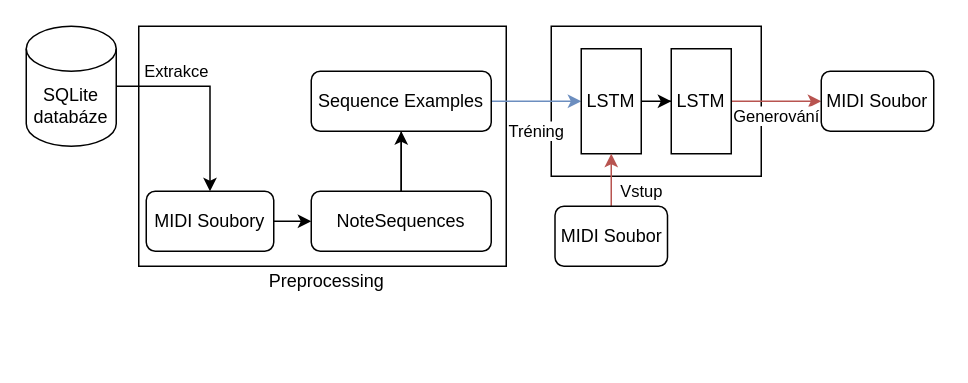
The draw.io diagram thesis/obrazky/SystemArchitecture.drawio in mbobcik/Automatic-Harmony-Generation, before the edit. Source tidied: cells renumbered, new cells numbered last; positions are measured from the earlier drawing's top-left corner, leaving out a move shared by most shapes. Both pictures are drawn from the tidied source at 150%, with x=0, y=0 at pixel (26, 26).
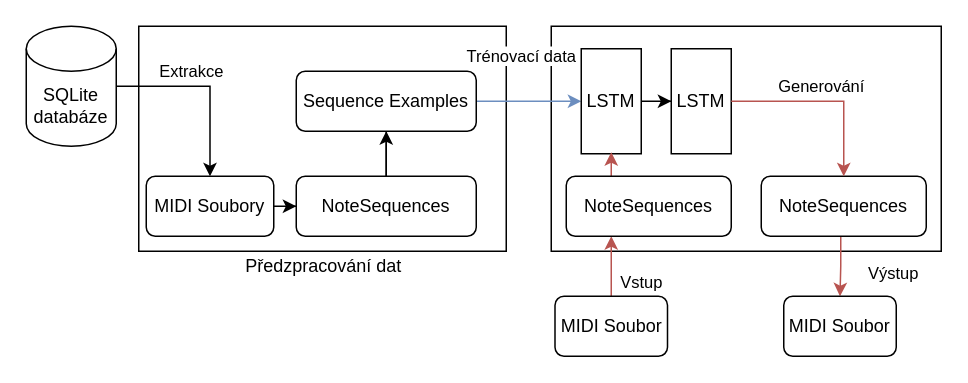
The same diagram, later.

Commit message (it also covers changes not shown here):
Změna architektury

Unchanged cells that the change refers to:
```xml
<mxCell id="6" value="&lt;div&gt;SQLite&lt;/div&gt;&lt;div&gt;databáze&lt;br&gt;&lt;/div&gt;" style="shape=cylinder3;whiteSpace=wrap;html=1;boundedLbl=1;backgroundOutline=1;size=15;" parent="1" vertex="1">
  <mxGeometry width="60" height="80" as="geometry" />
</mxCell>
<mxCell id="15" value="LSTM" style="rounded=0;whiteSpace=wrap;html=1;" parent="1" vertex="1">
  <mxGeometry x="370" y="15" width="40" height="70" as="geometry" />
</mxCell>
<mxCell id="17" value="LSTM" style="rounded=0;whiteSpace=wrap;html=1;" parent="1" vertex="1">
  <mxGeometry x="430" y="15" width="40" height="70" as="geometry" />
</mxCell>
```

What changed in the source:
```diff
@@
     <mxCell id="2" style="rounded=0;whiteSpace=wrap;html=1;" parent="1" vertex="1">
-      <mxGeometry x="350" width="140" height="100" as="geometry" />
+      <mxGeometry x="350" width="260" height="150" as="geometry" />
     </mxCell>
     <mxCell id="3" style="rounded=0;whiteSpace=wrap;html=1;" parent="1" vertex="1">
-      <mxGeometry x="75" width="245" height="160" as="geometry" />
+      <mxGeometry x="75" width="245" height="150" as="geometry" />
     </mxCell>
-    <mxCell id="4" value="Preprocessing" style="text;html=1;align=center;verticalAlign=middle;strokeColor=none;" parent="1" vertex="1">
-      <mxGeometry x="150" y="160" width="100" height="20" as="geometry" />
+    <mxCell id="4" value="Předzpracování dat" style="text;html=1;align=center;verticalAlign=middle;strokeColor=none;" parent="1" vertex="1">
+      <mxGeometry x="137.5" y="150" width="120" height="20" as="geometry" />
     </mxCell>
     <mxCell id="5" value="Extrakce" style="edgeStyle=orthogonalEdgeStyle;rounded=0;jettySize=auto;html=1;" parent="1" edge="1" source="6" target="8">
-      <mxGeometry x="-0.4" y="10" relative="1" as="geometry" />
+      <mxGeometry x="-0.18" y="10" relative="1" as="geometry" />
     </mxCell>
@@
     <mxCell id="8" value="MIDI Soubory" style="rounded=1;whiteSpace=wrap;html=1;" parent="1" vertex="1">
-      <mxGeometry x="80" y="110" width="85" height="40" as="geometry" />
+      <mxGeometry x="80" y="100" width="85" height="40" as="geometry" />
     </mxCell>
@@
     <mxCell id="10" value="NoteSequences" style="rounded=1;whiteSpace=wrap;html=1;" parent="1" vertex="1">
-      <mxGeometry x="190" y="110" width="120" height="40" as="geometry" />
+      <mxGeometry x="180" y="100" width="120" height="40" as="geometry" />
     </mxCell>
-    <mxCell id="11" value="Tréning" style="edgeStyle=orthogonalEdgeStyle;rounded=0;jettySize=auto;html=1;exitX=1;exitY=0.5;exitDx=0;exitDy=0;fillColor=#dae8fc;strokeColor=#6c8ebf;" parent="1" edge="1" source="12" target="15">
-      <mxGeometry y="-20" relative="1" as="geometry" />
+    <mxCell id="11" value="Trénovací data" style="edgeStyle=orthogonalEdgeStyle;rounded=0;jettySize=auto;html=1;exitX=1;exitY=0.5;exitDx=0;exitDy=0;fillColor=#dae8fc;strokeColor=#6c8ebf;" parent="1" edge="1" source="12" target="15">
+      <mxGeometry x="-0.14" y="30" relative="1" as="geometry" />
     </mxCell>
     <mxCell id="12" value="Sequence Examples" style="whiteSpace=wrap;html=1;rounded=1;" parent="1" vertex="1">
-      <mxGeometry x="190" y="30" width="120" height="40" as="geometry" />
+      <mxGeometry x="180" y="30" width="120" height="40" as="geometry" />
     </mxCell>
@@
-    <mxCell id="16" value="Generování" style="edgeStyle=orthogonalEdgeStyle;rounded=0;jettySize=auto;html=1;entryX=0;entryY=0.5;entryDx=0;entryDy=0;fillColor=#f8cecc;strokeColor=#b85450;" parent="1" edge="1" source="17" target="20">
-      <mxGeometry y="-10" relative="1" as="geometry" />
+    <mxCell id="16" value="Výstup" style="edgeStyle=orthogonalEdgeStyle;rounded=0;jettySize=auto;html=1;fillColor=#f8cecc;strokeColor=#b85450;startArrow=none;entryX=0.5;entryY=0;entryDx=0;entryDy=0;" parent="1" edge="1" source="23" target="20">
+      <mxGeometry x="0.2" y="35" relative="1" as="geometry">
+        <Array as="points">
+          <mxPoint x="543" y="160" />
+          <mxPoint x="543" y="160" />
+        </Array>
+      </mxGeometry>
     </mxCell>
@@
-    <mxCell id="18" value="Vstup" style="edgeStyle=orthogonalEdgeStyle;rounded=0;jettySize=auto;html=1;exitX=0.5;exitY=0;exitDx=0;exitDy=0;fillColor=#f8cecc;strokeColor=#b85450;" parent="1" edge="1" source="19" target="15">
-      <mxGeometry x="-0.55" y="-20" relative="1" as="geometry" />
+    <mxCell id="18" value="Vstup" style="edgeStyle=orthogonalEdgeStyle;rounded=0;jettySize=auto;html=1;exitX=0.5;exitY=0;exitDx=0;exitDy=0;fillColor=#f8cecc;strokeColor=#b85450;" parent="1" edge="1" source="19">
+      <mxGeometry x="-0.55" y="-20" relative="1" as="geometry">
+        <mxPoint x="390" y="140" as="targetPoint" />
+      </mxGeometry>
     </mxCell>
     <mxCell id="19" value="MIDI Soubor" style="rounded=1;whiteSpace=wrap;html=1;" parent="1" vertex="1">
-      <mxGeometry x="352.5" y="120" width="75" height="40" as="geometry" />
+      <mxGeometry x="352.5" y="180" width="75" height="40" as="geometry" />
     </mxCell>
     <mxCell id="20" value="MIDI Soubor" style="rounded=1;whiteSpace=wrap;html=1;" parent="1" vertex="1">
-      <mxGeometry x="530" y="30" width="75" height="40" as="geometry" />
+      <mxGeometry x="505" y="180" width="75" height="40" as="geometry" />
     </mxCell>
+    <mxCell id="21" style="edgeStyle=orthogonalEdgeStyle;rounded=0;jettySize=auto;html=1;exitX=0.291;exitY=0.019;exitDx=0;exitDy=0;exitPerimeter=0;fillColor=#f8cecc;strokeColor=#b85450;" parent="1" edge="1" source="22">
+      <mxGeometry relative="1" as="geometry">
+        <mxPoint x="390" y="84" as="targetPoint" />
+        <Array as="points">
+          <mxPoint x="390" y="101" />
+        </Array>
+      </mxGeometry>
+    </mxCell>
+    <mxCell id="22" value="NoteSequences" style="rounded=1;whiteSpace=wrap;html=1;" parent="1" vertex="1">
+      <mxGeometry x="360" y="100" width="110" height="40" as="geometry" />
+    </mxCell>
+    <mxCell id="23" value="NoteSequences" style="rounded=1;whiteSpace=wrap;html=1;" parent="1" vertex="1">
+      <mxGeometry x="490" y="100" width="110" height="40" as="geometry" />
+    </mxCell>
+    <mxCell id="24" value="Generování" style="edgeStyle=orthogonalEdgeStyle;rounded=0;jettySize=auto;html=1;entryX=0.5;entryY=0;entryDx=0;entryDy=0;fillColor=#f8cecc;strokeColor=#b85450;endArrow=classic;endFill=1;" parent="1" edge="1" source="17" target="23">
+      <mxGeometry x="-0.04" y="10" relative="1" as="geometry">
+        <Array as="points">
+          <mxPoint x="545" y="50" />
+        </Array>
+      </mxGeometry>
+    </mxCell>
```
